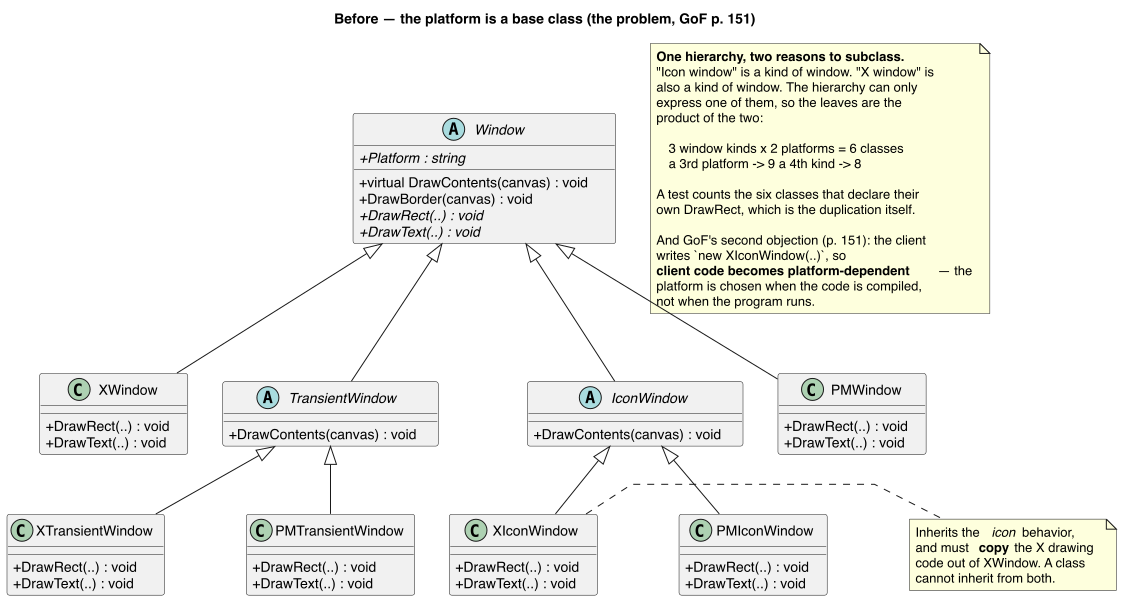
Earlier version of the PlantUML export Bridge/src/Bridge/Gof/Problem/uml/Bridge - Window (Problem) - Class Diagram.png (kaldiroglu/DesignPatternsWithCSharp). Its source is kept beside it as Bridge/src/Bridge/Gof/Problem/uml/Bridge - Window (Problem) - Class Diagram.puml.
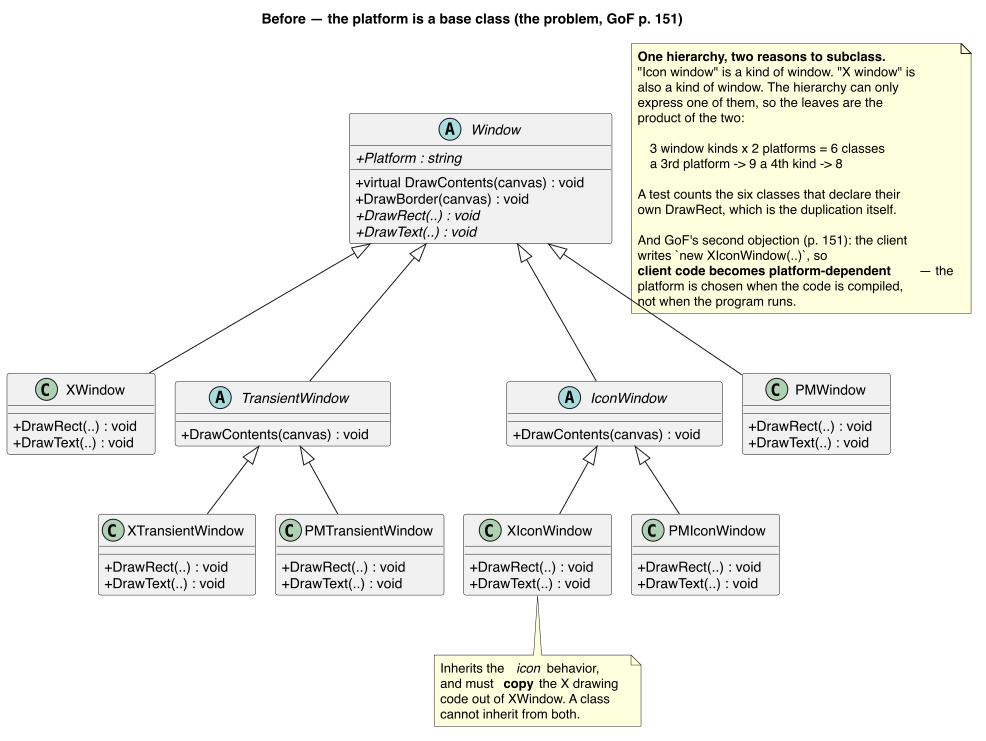
Later version of the same file.

What changed in the source:
```diff
@@ -1,4 +1,5 @@
 @startuml "Bridge - Window (Problem) - Class Diagram"
+skinparam nodesep 20
 skinparam linetype polyline
 skinparam class {
   BackgroundColor<<spacer>> transparent
@@ -61,7 +62,7 @@
 TransientWindow <|-- PMTransientWindow
 TransientWindow <|-- XTransientWindow
 
-note right of XIconWindow
+note bottom of XIconWindow
   Inherits the <i>icon</i> behavior,
   and must <b>copy</b> the X drawing
   code out of XWindow. A class
@@ -87,26 +88,16 @@
   platform is chosen when the code is compiled,
   not when the program runs.
 end note
-
 class " " as Spacer1 <<spacer>>
+class " " as Spacer2 <<spacer>>
+class " " as Spacer3 <<spacer>>
 Window -[hidden]- Spacer1
 Window -[hidden]- Spacer1
 XWindow -[hidden]right- TransientWindow
-TransientWindow -[hidden]right- Spacer1
+TransientWindow -[hidden]right- Spacer2
+Spacer2 -[hidden]right- Spacer3
+Spacer3 -[hidden]right- Spacer1
 Spacer1 -[hidden]right- IconWindow
 IconWindow -[hidden]right- PMWindow
-class " " as Spacer2 <<spacer>>
-IconWindow -[hidden]- Spacer2
-IconWindow -[hidden]- Spacer2
-XIconWindow -[hidden]right- Spacer2
-Spacer2 -[hidden]right- PMIconWindow
-class " " as Spacer3 <<spacer>>
-TransientWindow -[hidden]- Spacer3
-TransientWindow -[hidden]- Spacer3
-XTransientWindow -[hidden]right- Spacer3
-Spacer3 -[hidden]right- PMTransientWindow
-class " " as Spacer66 <<spacer>>
-IconWindow -[hidden]- Spacer66
-PMIconWindow -[hidden]right- Spacer66
-Spacer66 -[hidden]right- XIconWindow
+PMTransientWindow -[hidden]right- XIconWindow
 @enduml
```
